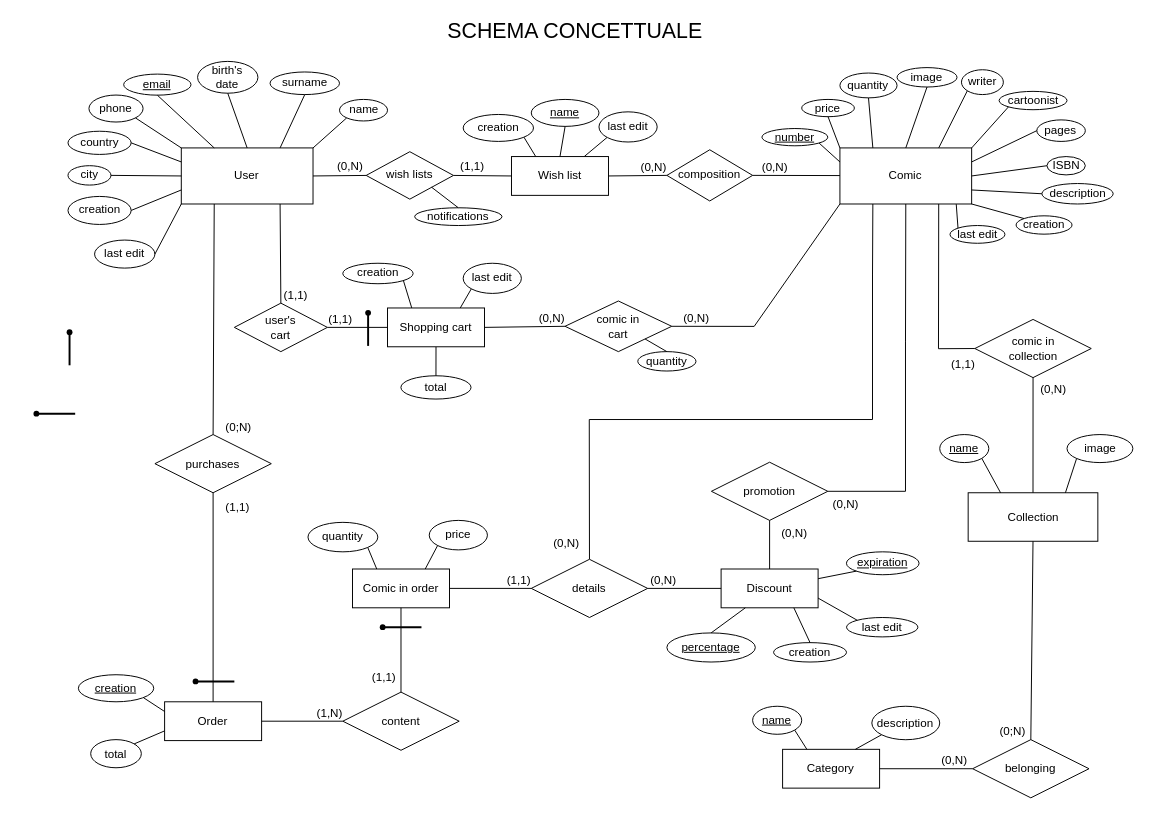
This is doc/database/Comic_shop_ER_diagram.drawio from Enricods-i/Comics-Store-Backend, a draw.io file, before an edit. Source tidied: cells renumbered, new cells numbered last; positions are measured from the earlier drawing's top-left corner, leaving out a move shared by most shapes. Both pictures are drawn from the tidied source at 97%, with x=0, y=0 at pixel (16, 16).
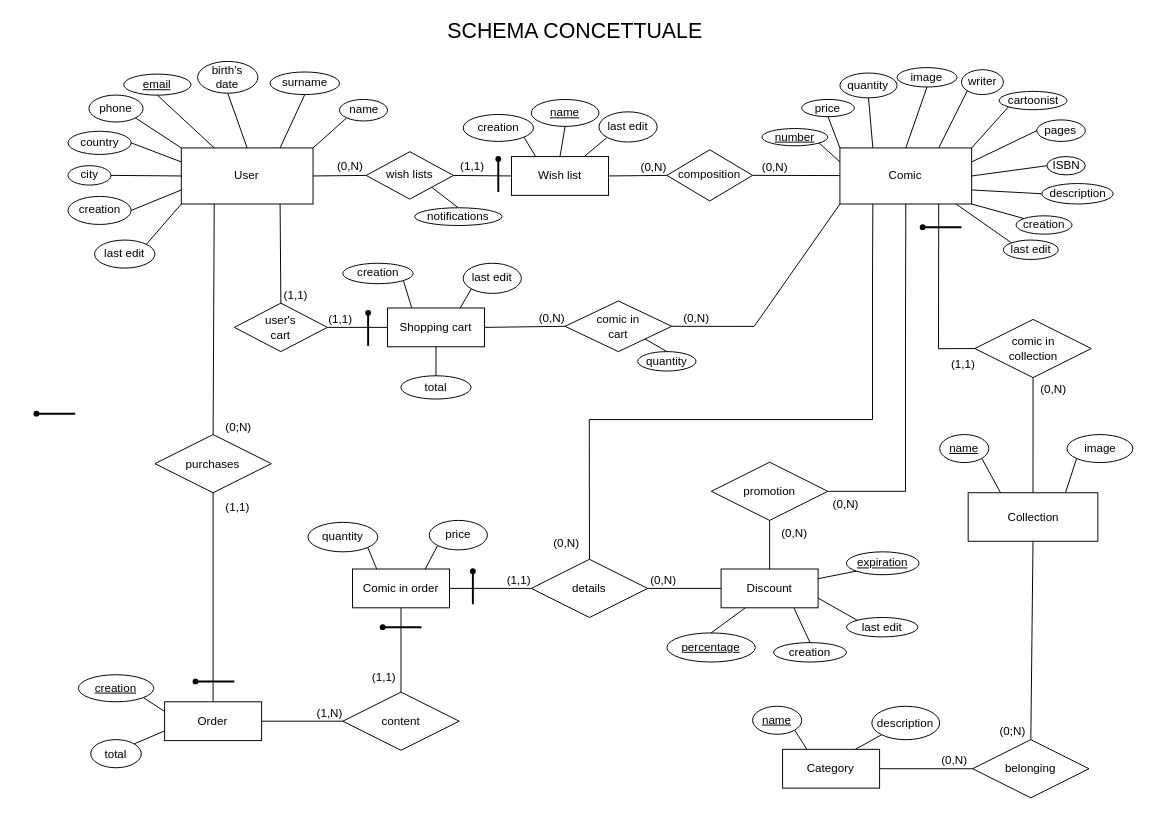
Above is the later version.

Commit message (it also covers changes not shown here):
Modifiche alla documentazione del database...da ultimare

The change refers to these unchanged cells:
```xml
<mxCell id="3" value="User" style="whiteSpace=wrap;html=1;align=center;" parent="1" vertex="1">
  <mxGeometry x="169.4" y="135" width="135.8" height="57.8" as="geometry" />
</mxCell>
<mxCell id="31" value="last edit" style="ellipse;whiteSpace=wrap;html=1;align=center;" parent="1" vertex="1">
  <mxGeometry x="80" y="230" width="62.2" height="28.9" as="geometry" />
</mxCell>
```

Change to the diagram source:
```diff
@@
-    <mxCell id="39" style="endArrow=none;html=1;rounded=0;exitX=0;exitY=1;exitDx=0;exitDy=0;entryX=1;entryY=0.5;entryDx=0;entryDy=0;" parent="1" edge="1" source="3" target="31">
+    <mxCell id="39" style="endArrow=none;html=1;rounded=0;exitX=0;exitY=1;exitDx=0;exitDy=0;entryX=1;entryY=0;entryDx=0;entryDy=0;" parent="1" edge="1" source="3" target="31">
       <mxGeometry relative="1" as="geometry" />
     </mxCell>
@@
     <mxCell id="92" value="last edit" style="ellipse;whiteSpace=wrap;html=1;align=center;" parent="1" vertex="1">
-      <mxGeometry x="961.9" y="215" width="56.6" height="18.3" as="geometry" />
+      <mxGeometry x="1016.9" y="230" width="56.6" height="20" as="geometry" />
     </mxCell>
@@
     <mxCell id="144" style="shape=waypoint;sketch=0;fillStyle=solid;size=6;fillColor=none;perimeter=centerPerimeter;" parent="1" vertex="1">
-      <mxGeometry x="34.2" y="305" width="40" height="40" as="geometry" />
+      <mxGeometry x="476.2" y="126.3" width="40" height="40" as="geometry" />
     </mxCell>
     <mxCell id="145" style="line;strokeWidth=2;direction=south;html=1;" parent="1" vertex="1">
-      <mxGeometry x="49.2" y="324.6" width="10" height="34.5" as="geometry" />
+      <mxGeometry x="491.2" y="145.9" width="10" height="34.5" as="geometry" />
     </mxCell>
@@
+    <mxCell id="154" style="shape=waypoint;sketch=0;fillStyle=solid;size=6;fillColor=none;perimeter=centerPerimeter;" parent="1" vertex="1">
+      <mxGeometry x="913.7" y="196.7" width="40" height="40" as="geometry" />
+    </mxCell>
+    <mxCell id="155" style="line;strokeWidth=2;html=1;" parent="1" vertex="1">
+      <mxGeometry x="935.8" y="211.7" width="37.9" height="10" as="geometry" />
+    </mxCell>
+    <mxCell id="156" style="shape=waypoint;sketch=0;fillStyle=solid;size=6;fillColor=none;perimeter=centerPerimeter;" parent="1" vertex="1">
+      <mxGeometry x="450" y="551.4" width="40" height="40" as="geometry" />
+    </mxCell>
+    <mxCell id="157" style="line;strokeWidth=2;direction=south;html=1;" parent="1" vertex="1">
+      <mxGeometry x="465" y="571" width="10" height="34.5" as="geometry" />
+    </mxCell>
```
